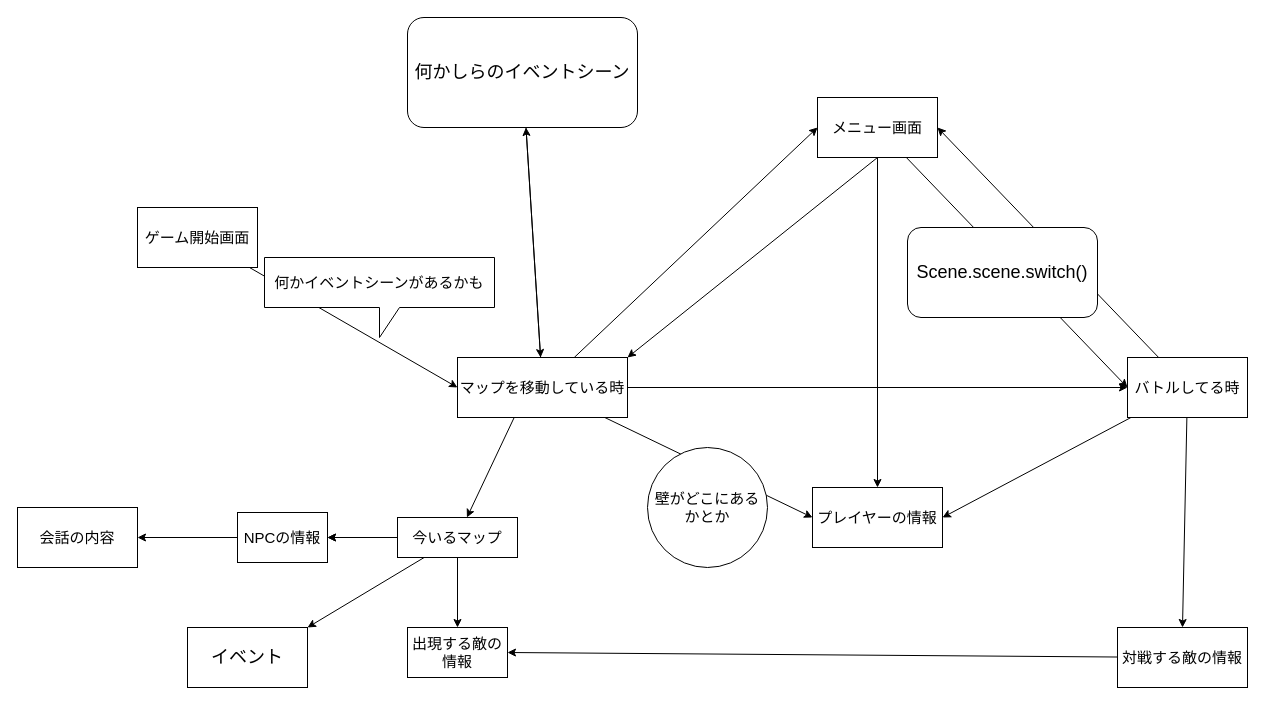
This is design.dio from hk-p114514/gohanRPG, a draw.io file, before an edit. Source tidied: cells renumbered, new cells numbered last; positions are measured from the earlier drawing's top-left corner, leaving out a move shared by most shapes. Both pictures are drawn from the tidied source at 100%, with x=0, y=0 at pixel (17, 17).
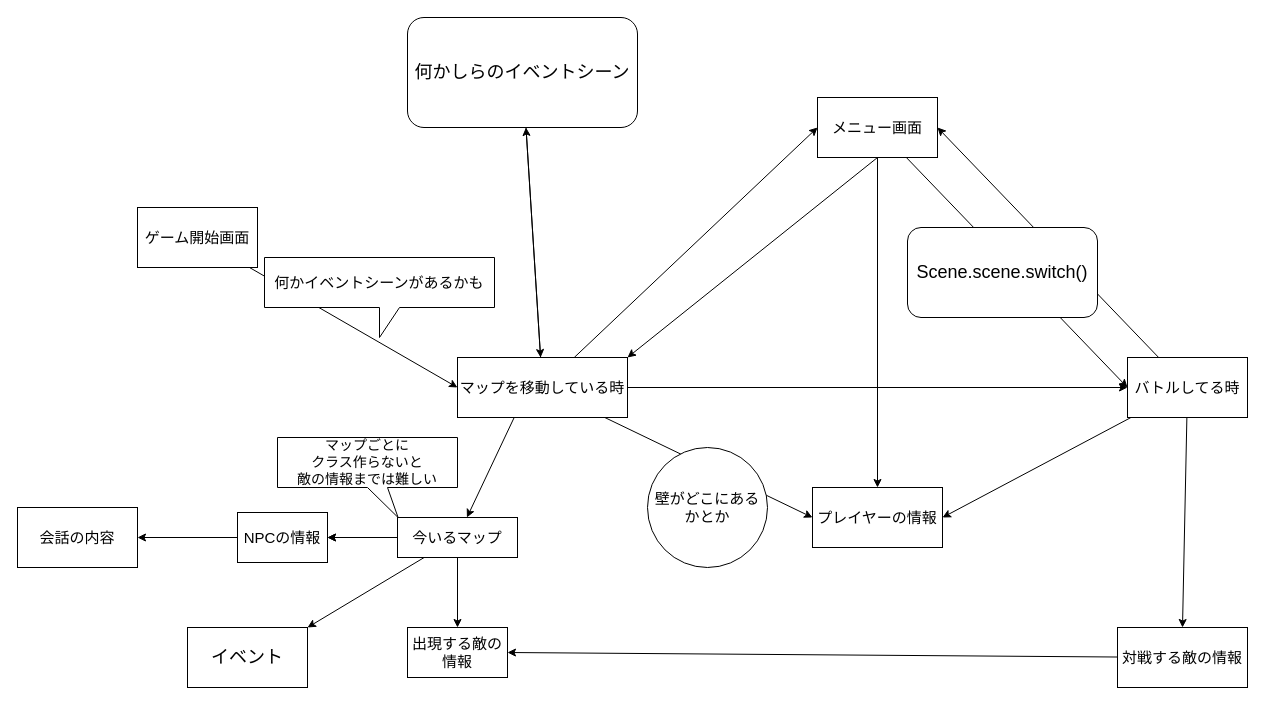
Above is the later version.

The edit, as a diff of the source:
```diff
@@
+    <mxCell id="36" value="&lt;font style=&quot;font-size: 14px&quot;&gt;マップごとに&lt;br&gt;クラス作らないと&lt;br&gt;敵の情報までは難しい&lt;/font&gt;" style="shape=callout;whiteSpace=wrap;html=1;perimeter=calloutPerimeter;position2=0.67;" parent="1" vertex="1">
+      <mxGeometry x="260" y="420" width="180" height="80" as="geometry" />
+    </mxCell>
```
